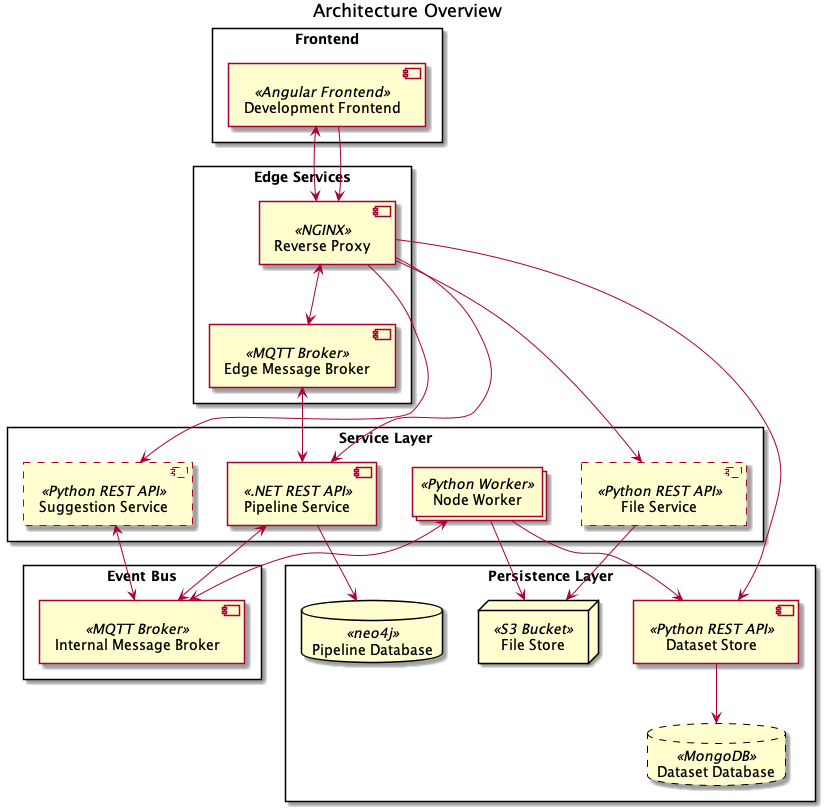
Earlier version of the PlantUML export docs/architecture/overview.png (project-hanse/prototype-a). Source of this version:
```plantuml
@startuml

title "Architecture Overview"


rectangle "Frontend" {
    component "Development Frontend" << Angular Frontend >> as development_frontend
}

rectangle "Edge Services" {
    component "Reverse Proxy" << NGINX >> as reverse_proxy
    component "Edge Message Broker" << MQTT Broker >> as message_broker_edge
}

rectangle "Event Bus"{
    component "Internal Message Broker" << MQTT Broker >> as message_broker_internal
}

rectangle "Service Layer" {
    component "Pipeline Service" << .NET REST API >> as pipeline_service
    collections  "Node Worker" <<Python Worker>> as worker
    component #line.dashed "Suggestion Service" << Python REST API >> as suggestion_service
    component #line.dashed "File Service" << Python REST API >> as file_service
}

rectangle "Persistence Layer" {
    database "Pipeline Database" << neo4j >> as pipeline_db

    component "Dataset Store" << Python REST API >> as dataset_store
    node "File Store" << S3 Bucket >> as file_store
    database #line.dashed "Dataset Database" << MongoDB >> as dataset_db
}


development_frontend <--> reverse_proxy
development_frontend --> reverse_proxy

reverse_proxy --> pipeline_service
reverse_proxy --> suggestion_service
suggestion_service <--> message_broker_internal
reverse_proxy --> file_service
reverse_proxy <--> message_broker_edge

pipeline_service --> pipeline_db
dataset_store --> dataset_db
file_service --> file_store
pipeline_service <--> message_broker_internal
message_broker_internal <--> worker

worker --> dataset_store
worker --> file_store

message_broker_edge <--> pipeline_service

reverse_proxy --> dataset_store
@enduml
```
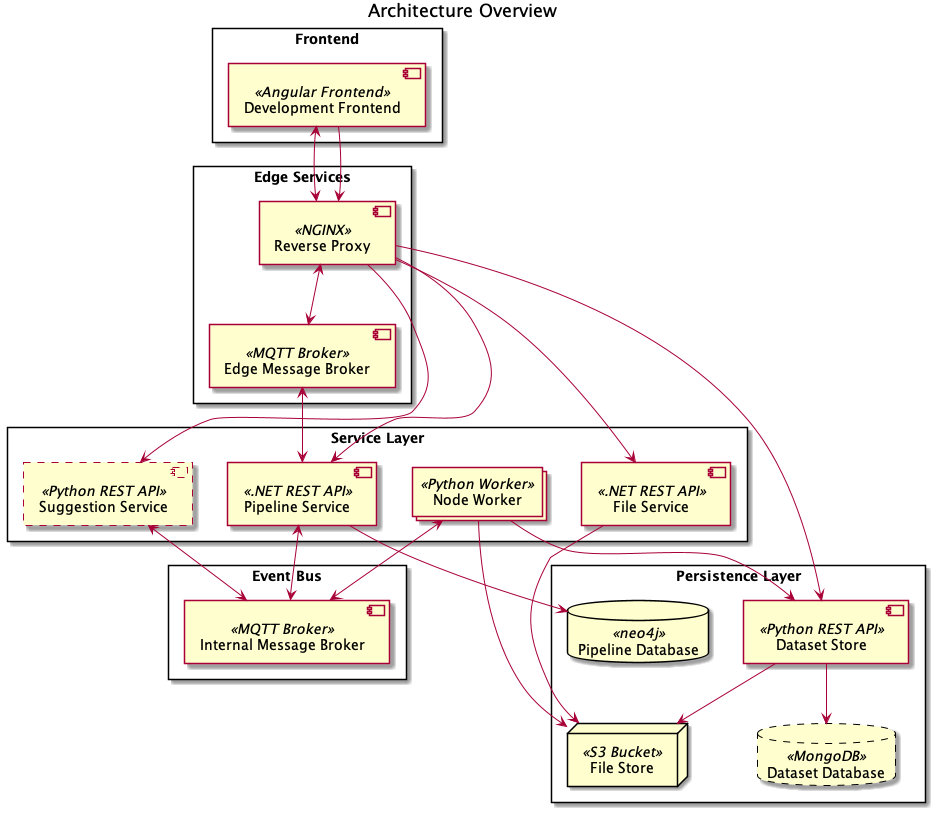
Later version of the same file.

Commit message:
docs: update architecture diagram to show file service

Refs: PH-207

The edit, as a diff of the source:
```diff
@@ -12,7 +12,7 @@
     component "Edge Message Broker" << MQTT Broker >> as message_broker_edge
 }
 
-rectangle "Event Bus"{
+rectangle "Event Bus" {
     component "Internal Message Broker" << MQTT Broker >> as message_broker_internal
 }
 
@@ -20,7 +20,7 @@
     component "Pipeline Service" << .NET REST API >> as pipeline_service
     collections  "Node Worker" <<Python Worker>> as worker
     component #line.dashed "Suggestion Service" << Python REST API >> as suggestion_service
-    component #line.dashed "File Service" << Python REST API >> as file_service
+    component "File Service" << .NET REST API >> as file_service
 }
 
 rectangle "Persistence Layer" {
@@ -53,4 +53,5 @@
 message_broker_edge <--> pipeline_service
 
 reverse_proxy --> dataset_store
+dataset_store --> file_store
 @enduml
```
